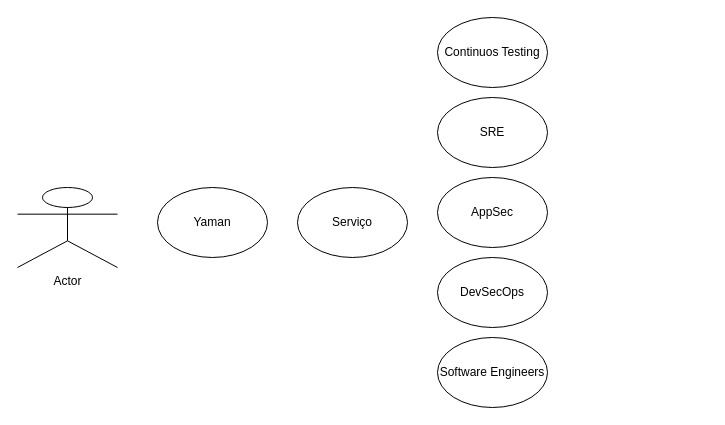
This is Untitled Diagram.drawio from CarilaCampitelli/DiversosDevelo, a draw.io file, before an edit. Source tidied: cells renumbered, new cells numbered last; positions are measured from the earlier drawing's top-left corner, leaving out a move shared by most shapes. Both pictures are drawn from the tidied source at 100%, with x=0, y=0 at pixel (17, 17).
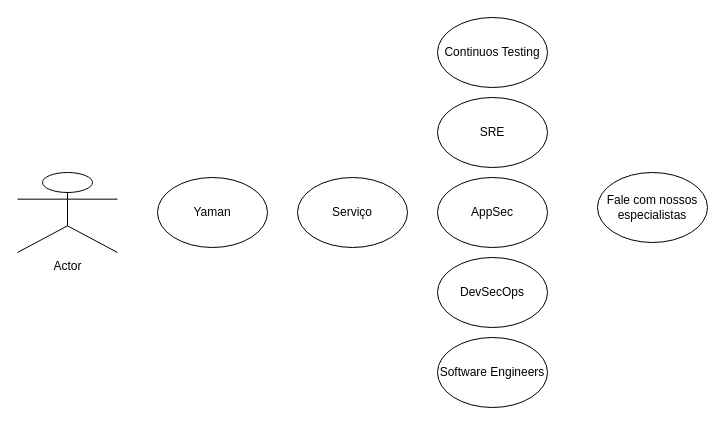
After the change.

Diff of the diagram source:
```diff
@@
 <mxGraphModel>
   <root>
     <mxCell id="0" />
     <mxCell id="1" parent="0" />
     <mxCell id="2" value="Actor" style="shape=umlActor;verticalLabelPosition=bottom;verticalAlign=top;html=1;" parent="1" vertex="1">
-      <mxGeometry y="170" width="100" height="80" as="geometry" />
+      <mxGeometry y="155" width="100" height="80" as="geometry" />
     </mxCell>
     <mxCell id="3" value="Yaman" style="ellipse;whiteSpace=wrap;html=1;" parent="1" vertex="1">
-      <mxGeometry x="140" y="170" width="110" height="70" as="geometry" />
+      <mxGeometry x="140" y="160" width="110" height="70" as="geometry" />
     </mxCell>
     <mxCell id="4" value="Serviço" style="ellipse;whiteSpace=wrap;html=1;" parent="1" vertex="1">
-      <mxGeometry x="280" y="170" width="110" height="70" as="geometry" />
+      <mxGeometry x="280" y="160" width="110" height="70" as="geometry" />
     </mxCell>
     <mxCell id="5" value="Continuos Testing" style="ellipse;whiteSpace=wrap;html=1;" parent="1" vertex="1">
       <mxGeometry x="420" width="110" height="70" as="geometry" />
     </mxCell>
     <mxCell id="6" value="SRE" style="ellipse;whiteSpace=wrap;html=1;" parent="1" vertex="1">
       <mxGeometry x="420" y="80" width="110" height="70" as="geometry" />
     </mxCell>
     <mxCell id="7" value="AppSec" style="ellipse;whiteSpace=wrap;html=1;" parent="1" vertex="1">
       <mxGeometry x="420" y="160" width="110" height="70" as="geometry" />
     </mxCell>
     <mxCell id="8" value="DevSecOps" style="ellipse;whiteSpace=wrap;html=1;" parent="1" vertex="1">
       <mxGeometry x="420" y="240" width="110" height="70" as="geometry" />
     </mxCell>
     <mxCell id="9" value="Software Engineers" style="ellipse;whiteSpace=wrap;html=1;" parent="1" vertex="1">
       <mxGeometry x="420" y="320" width="110" height="70" as="geometry" />
     </mxCell>
+    <mxCell id="10" value="Fale com nossos especialistas" style="ellipse;whiteSpace=wrap;html=1;" parent="1" vertex="1">
+      <mxGeometry x="580" y="155" width="110" height="70" as="geometry" />
+    </mxCell>
   </root>
 </mxGraphModel>
```
